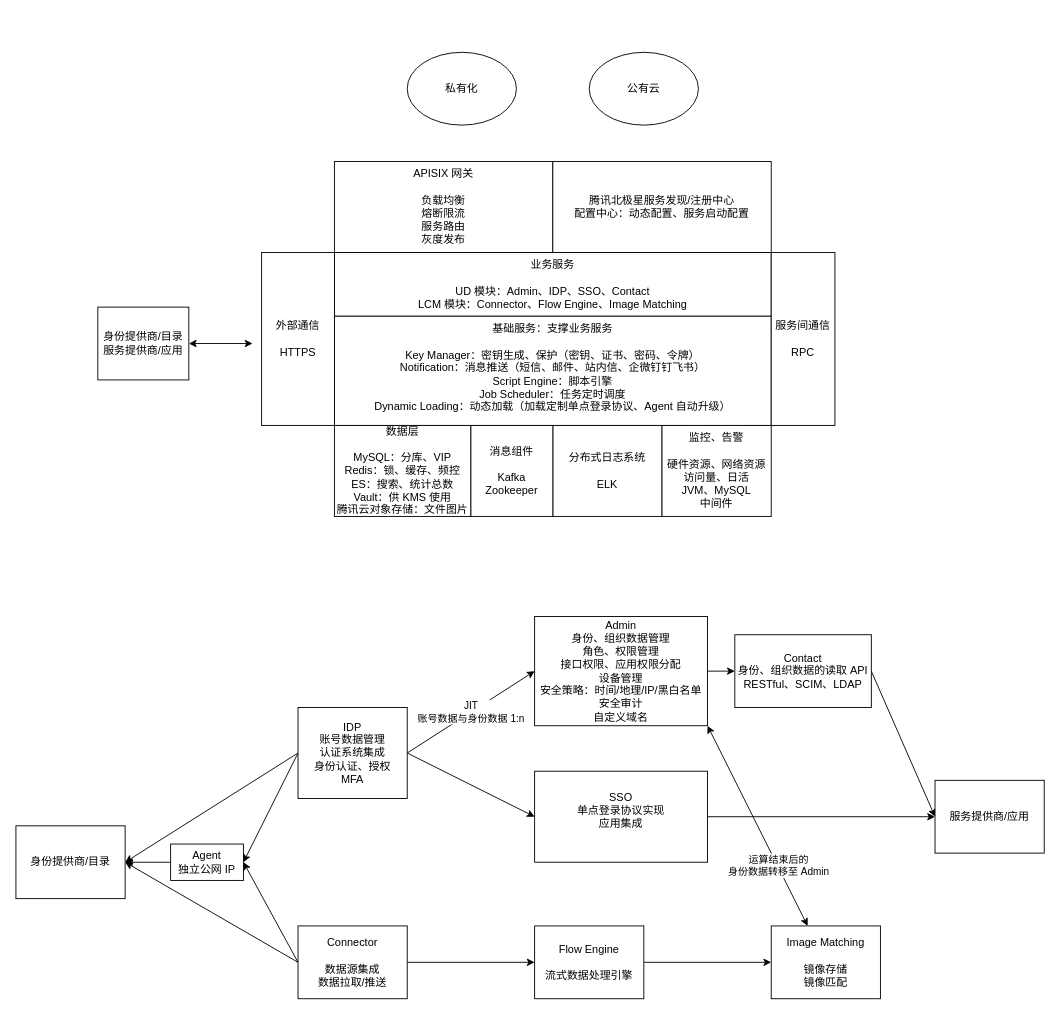
The draw.io diagram homework/src/main/resources/IDaaS 业务架构.drawio in YufuMxl/geek_java_practise, before the edit. Source tidied: cells renumbered, new cells numbered last; positions are measured from the earlier drawing's top-left corner, leaving out a move shared by most shapes. Both pictures are drawn from the tidied source at 91%, with x=0, y=0 at pixel (15, 52).
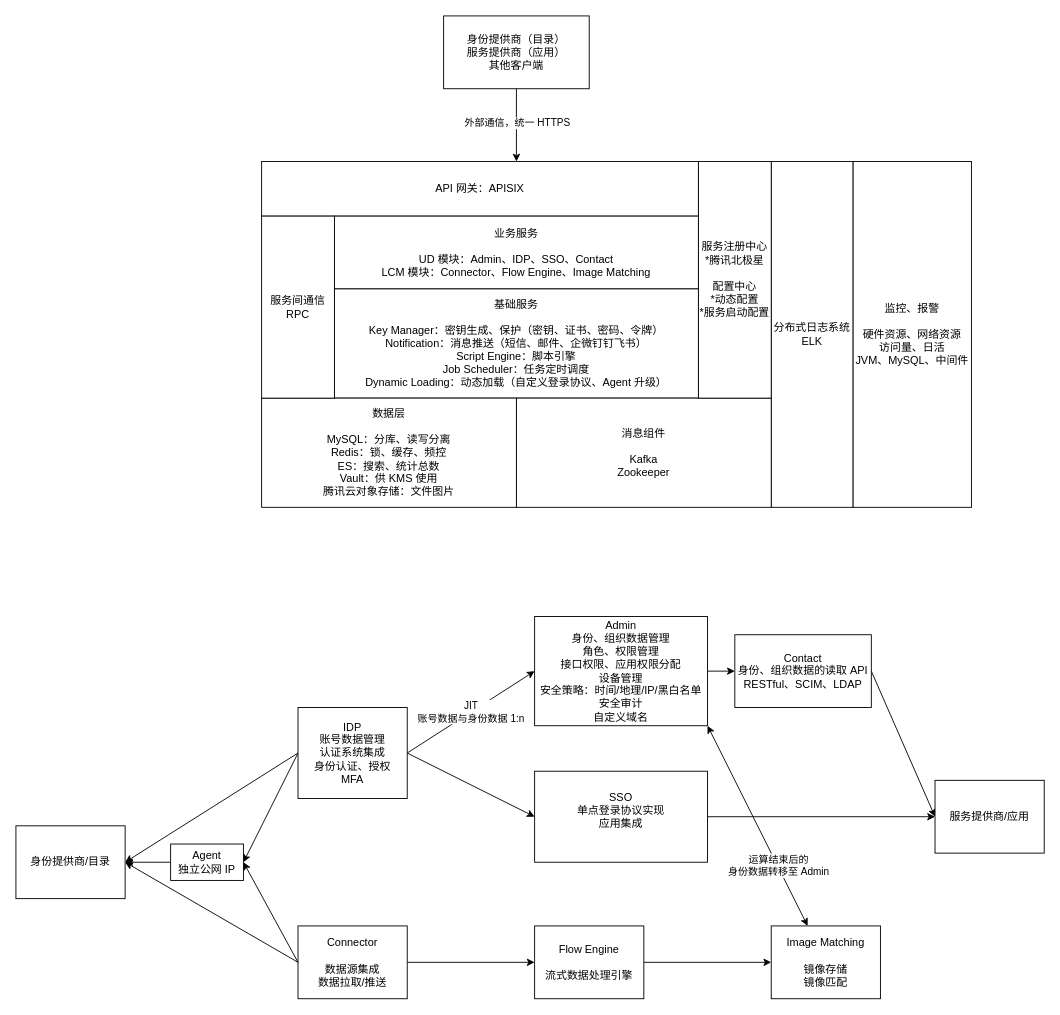
Above is the later version.

Commit message:
更新IDaaS 业务架构.drawio

The edit, as a diff of the source:
```diff
@@
-    <mxCell id="26" value="&lt;div&gt;APISIX 网关&lt;/div&gt;&lt;div&gt;&lt;br&gt;&lt;/div&gt;&lt;div&gt;负载均衡&lt;/div&gt;&lt;div&gt;熔断限流&lt;/div&gt;&lt;div&gt;服务路由&lt;/div&gt;&lt;div&gt;灰度发布&lt;/div&gt;" style="rounded=0;whiteSpace=wrap;html=1;" parent="1" vertex="1">
-      <mxGeometry x="350" y="120" width="240" height="100" as="geometry" />
+    <mxCell id="26" value="&lt;div&gt;API 网关：APISIX&lt;/div&gt;" style="rounded=0;whiteSpace=wrap;html=1;" parent="1" vertex="1">
+      <mxGeometry x="270" y="120" width="480" height="60" as="geometry" />
     </mxCell>
-    <mxCell id="27" value="&lt;div&gt;业务服务&lt;/div&gt;&lt;div&gt;&lt;br&gt;&lt;/div&gt;&lt;div&gt;UD 模块：Admin、IDP、SSO、Contact&lt;/div&gt;&lt;div&gt;LCM 模块：Connector、Flow Engine、Image Matching&lt;br&gt;&lt;/div&gt;" style="rounded=0;whiteSpace=wrap;html=1;align=center;verticalAlign=top;" parent="1" vertex="1">
-      <mxGeometry x="350" y="220" width="480" height="70" as="geometry" />
+    <mxCell id="27" value="&lt;div&gt;业务服务&lt;/div&gt;&lt;div&gt;&lt;br&gt;&lt;/div&gt;&lt;div&gt;UD 模块：Admin、IDP、SSO、Contact&lt;/div&gt;&lt;div&gt;LCM 模块：Connector、Flow Engine、Image Matching&lt;br&gt;&lt;/div&gt;" style="rounded=0;whiteSpace=wrap;html=1;align=center;verticalAlign=middle;" parent="1" vertex="1">
+      <mxGeometry x="350" y="180" width="400" height="80" as="geometry" />
     </mxCell>
-    <mxCell id="28" value="&lt;div&gt;基础服务：支撑业务服务&lt;/div&gt;&lt;div&gt;&lt;br&gt;&lt;/div&gt;&lt;div&gt;Key Manager：密钥生成、保护（密钥、证书、密码、令牌）&lt;/div&gt;&lt;div&gt;Notification：消息推送（短信、邮件、站内信、企微钉钉飞书）&lt;/div&gt;&lt;div&gt;Script Engine：脚本引擎&lt;/div&gt;&lt;div&gt;Job Scheduler：任务定时调度&lt;br&gt;&lt;/div&gt;&lt;div&gt;Dynamic Loading：动态加载（加载定制单点登录协议、Agent 自动升级）&lt;/div&gt;" style="rounded=0;whiteSpace=wrap;html=1;verticalAlign=top;" parent="1" vertex="1">
-      <mxGeometry x="350" y="290" width="480" height="120" as="geometry" />
+    <mxCell id="28" value="&lt;div&gt;基础服务&lt;/div&gt;&lt;div&gt;&lt;br&gt;&lt;/div&gt;&lt;div&gt;Key Manager：密钥生成、保护（密钥、证书、密码、令牌）&lt;/div&gt;&lt;div&gt;Notification：消息推送（短信、邮件、企微钉钉飞书）&lt;/div&gt;&lt;div&gt;Script Engine：脚本引擎&lt;/div&gt;&lt;div&gt;Job Scheduler：任务定时调度&lt;br&gt;&lt;/div&gt;&lt;div&gt;Dynamic Loading：动态加载（自定义登录协议、Agent 升级）&lt;/div&gt;" style="rounded=0;whiteSpace=wrap;html=1;verticalAlign=middle;" parent="1" vertex="1">
+      <mxGeometry x="350" y="260" width="400" height="120" as="geometry" />
     </mxCell>
-    <mxCell id="29" value="&lt;div&gt;数据层&lt;/div&gt;&lt;div&gt;&lt;br&gt;&lt;/div&gt;&lt;div&gt;MySQL：分库、VIP&lt;/div&gt;&lt;div&gt;Redis：锁、缓存、频控&lt;/div&gt;&lt;div&gt;ES：搜索、统计总数&lt;/div&gt;&lt;div&gt;Vault：供 KMS 使用&lt;/div&gt;&lt;div&gt;腾讯云对象存储：文件图片&lt;br&gt;&lt;/div&gt;" style="rounded=0;whiteSpace=wrap;html=1;" parent="1" vertex="1">
-      <mxGeometry x="350" y="410" width="150" height="100" as="geometry" />
+    <mxCell id="29" value="&lt;div&gt;数据层&lt;/div&gt;&lt;div&gt;&lt;br&gt;&lt;/div&gt;&lt;div&gt;MySQL：分库、读写分离&lt;/div&gt;&lt;div&gt;Redis：锁、缓存、频控&lt;/div&gt;&lt;div&gt;ES：搜索、统计总数&lt;/div&gt;&lt;div&gt;Vault：供 KMS 使用&lt;/div&gt;&lt;div&gt;腾讯云对象存储：文件图片&lt;br&gt;&lt;/div&gt;" style="rounded=0;whiteSpace=wrap;html=1;" parent="1" vertex="1">
+      <mxGeometry x="270" y="380" width="280" height="120" as="geometry" />
     </mxCell>
-    <mxCell id="30" value="&lt;div&gt;分布式日志系统&lt;/div&gt;&lt;div&gt;&lt;br&gt;&lt;/div&gt;&lt;div&gt;ELK&lt;/div&gt;" style="rounded=0;whiteSpace=wrap;html=1;" parent="1" vertex="1">
-      <mxGeometry x="590" y="410" width="120" height="100" as="geometry" />
+    <mxCell id="30" value="&lt;div&gt;分布式日志系统 ELK&lt;/div&gt;" style="rounded=0;whiteSpace=wrap;html=1;" parent="1" vertex="1">
+      <mxGeometry x="830" y="120" width="90" height="380" as="geometry" />
     </mxCell>
     <mxCell id="31" value="&lt;div&gt;消息组件&lt;/div&gt;&lt;div&gt;&lt;br&gt;&lt;/div&gt;&lt;div&gt;Kafka&lt;br&gt;&lt;/div&gt;&lt;div&gt;Zookeeper&lt;br&gt;&lt;/div&gt;" style="rounded=0;whiteSpace=wrap;html=1;" parent="1" vertex="1">
-      <mxGeometry x="500" y="410" width="90" height="100" as="geometry" />
+      <mxGeometry x="550" y="380" width="280" height="120" as="geometry" />
     </mxCell>
-    <mxCell id="32" value="&lt;div&gt;监控、告警&lt;/div&gt;&lt;div&gt;&lt;br&gt;&lt;/div&gt;&lt;div&gt;硬件资源、网络资源&lt;/div&gt;&lt;div&gt;访问量、日活&lt;br&gt;&lt;/div&gt;&lt;div&gt;JVM、MySQL&lt;/div&gt;&lt;div&gt;中间件&lt;br&gt;&lt;/div&gt;" style="rounded=0;whiteSpace=wrap;html=1;" parent="1" vertex="1">
-      <mxGeometry x="710" y="410" width="120" height="100" as="geometry" />
+    <mxCell id="32" value="&lt;div&gt;监控、报警&lt;/div&gt;&lt;div&gt;&lt;br&gt;&lt;/div&gt;&lt;div&gt;硬件资源、网络资源&lt;/div&gt;&lt;div&gt;访问量、日活&lt;br&gt;&lt;/div&gt;&lt;div&gt;JVM、MySQL、中间件&lt;br&gt;&lt;/div&gt;" style="rounded=0;whiteSpace=wrap;html=1;" parent="1" vertex="1">
+      <mxGeometry x="920" y="120" width="130" height="380" as="geometry" />
     </mxCell>
-    <mxCell id="33" value="&lt;div&gt;服务间通信&lt;/div&gt;&lt;div&gt;&lt;br&gt;&lt;/div&gt;&lt;div&gt;RPC&lt;br&gt;&lt;/div&gt;" style="rounded=0;whiteSpace=wrap;html=1;" parent="1" vertex="1">
-      <mxGeometry x="830" y="220" width="70" height="190" as="geometry" />
+    <mxCell id="33" value="&lt;div&gt;服务间通信&lt;/div&gt;&lt;div&gt;RPC&lt;br&gt;&lt;/div&gt;" style="rounded=0;whiteSpace=wrap;html=1;" parent="1" vertex="1">
+      <mxGeometry x="270" y="180" width="80" height="200" as="geometry" />
     </mxCell>
-    <mxCell id="34" value="&lt;div&gt;外部通信&lt;/div&gt;&lt;div&gt;&lt;br&gt;&lt;/div&gt;&lt;div&gt;HTTPS&lt;br&gt;&lt;/div&gt;" style="rounded=0;whiteSpace=wrap;html=1;" parent="1" vertex="1">
-      <mxGeometry x="270" y="220" width="80" height="190" as="geometry" />
-    </mxCell>
-    <mxCell id="35" style="edgeStyle=none;rounded=0;jettySize=auto;html=1;startArrow=classic;startFill=1;" parent="1" edge="1" source="36">
-      <mxGeometry relative="1" as="geometry">
-        <mxPoint x="260" y="320" as="targetPoint" />
-      </mxGeometry>
-    </mxCell>
+    <mxCell id="40" style="edgeStyle=orthogonalEdgeStyle;rounded=0;jettySize=auto;html=1;" parent="1" edge="1" source="36">
+      <mxGeometry relative="1" as="geometry">
+        <mxPoint x="550" y="120" as="targetPoint" />
+      </mxGeometry>
+    </mxCell>
+    <mxCell id="41" value="&lt;div&gt;外部通信，统一 HTTPS&lt;/div&gt;" style="edgeLabel;html=1;align=center;verticalAlign=middle;" parent="40" vertex="1">
+      <mxGeometry x="-0.08" relative="1" as="geometry" />
+    </mxCell>
-    <mxCell id="36" value="&lt;div&gt;身份提供商/目录&lt;br&gt;&lt;/div&gt;&lt;div&gt;服务提供商/应用&lt;br&gt;&lt;/div&gt;" style="rounded=0;whiteSpace=wrap;html=1;" parent="1" vertex="1">
-      <mxGeometry x="90" y="280" width="100" height="80" as="geometry" />
+    <mxCell id="36" value="&lt;div&gt;身份提供商（目录）&lt;br&gt;&lt;/div&gt;&lt;div&gt;服务提供商（应用）&lt;br&gt;&lt;/div&gt;&lt;div&gt;其他客户端&lt;br&gt;&lt;/div&gt;" style="rounded=0;whiteSpace=wrap;html=1;" parent="1" vertex="1">
+      <mxGeometry x="470" y="-40" width="160" height="80" as="geometry" />
     </mxCell>
-    <mxCell id="37" value="&lt;div&gt;腾讯北极星服务发现/注册中心&lt;/div&gt;&lt;div&gt;配置中心：动态配置、服务启动配置&lt;/div&gt;" style="rounded=0;whiteSpace=wrap;html=1;" parent="1" vertex="1">
-      <mxGeometry x="590" y="120" width="240" height="100" as="geometry" />
+    <mxCell id="37" value="&lt;div&gt;服务注册中心&lt;/div&gt;&lt;div&gt;*腾讯北极星&lt;/div&gt;&lt;div&gt;&lt;br&gt;&lt;/div&gt;&lt;div&gt;配置中心&lt;/div&gt;&lt;div&gt;*动态配置&lt;/div&gt;&lt;div&gt;*服务启动配置&lt;br&gt;&lt;/div&gt;" style="rounded=0;whiteSpace=wrap;html=1;" parent="1" vertex="1">
+      <mxGeometry x="750" y="120" width="80" height="260" as="geometry" />
     </mxCell>
-    <mxCell id="38" value="私有化" style="ellipse;whiteSpace=wrap;html=1;" parent="1" vertex="1">
-      <mxGeometry x="430" width="120" height="80" as="geometry" />
-    </mxCell>
-    <mxCell id="39" value="&lt;div&gt;公有云&lt;/div&gt;" style="ellipse;whiteSpace=wrap;html=1;" parent="1" vertex="1">
-      <mxGeometry x="630" width="120" height="80" as="geometry" />
-    </mxCell>
```
